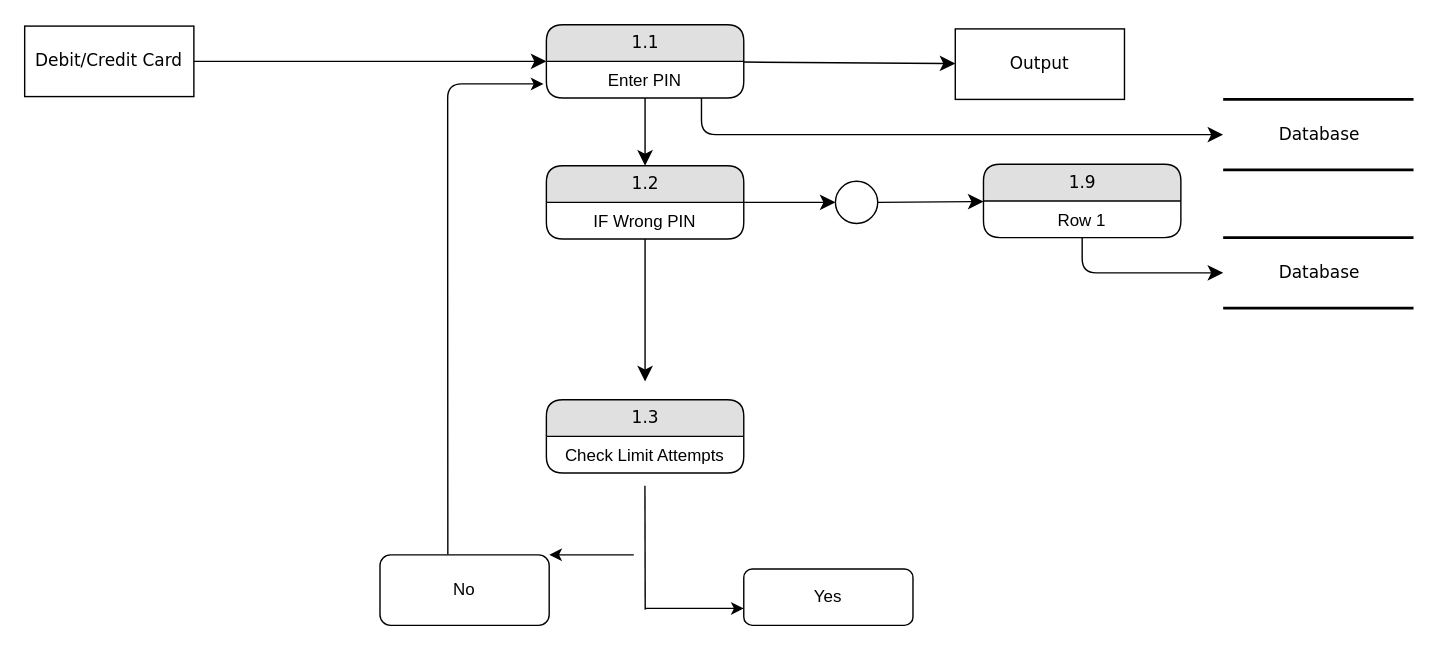
Before: ATM System.drawio in Aron10276/Repo5-ATM, a draw.io diagram. Source tidied: cells renumbered, new cells numbered last; positions are measured from the earlier drawing's top-left corner, leaving out a move shared by most shapes. Both pictures are drawn from the tidied source at 141%, with x=0, y=0 at pixel (24, 24).
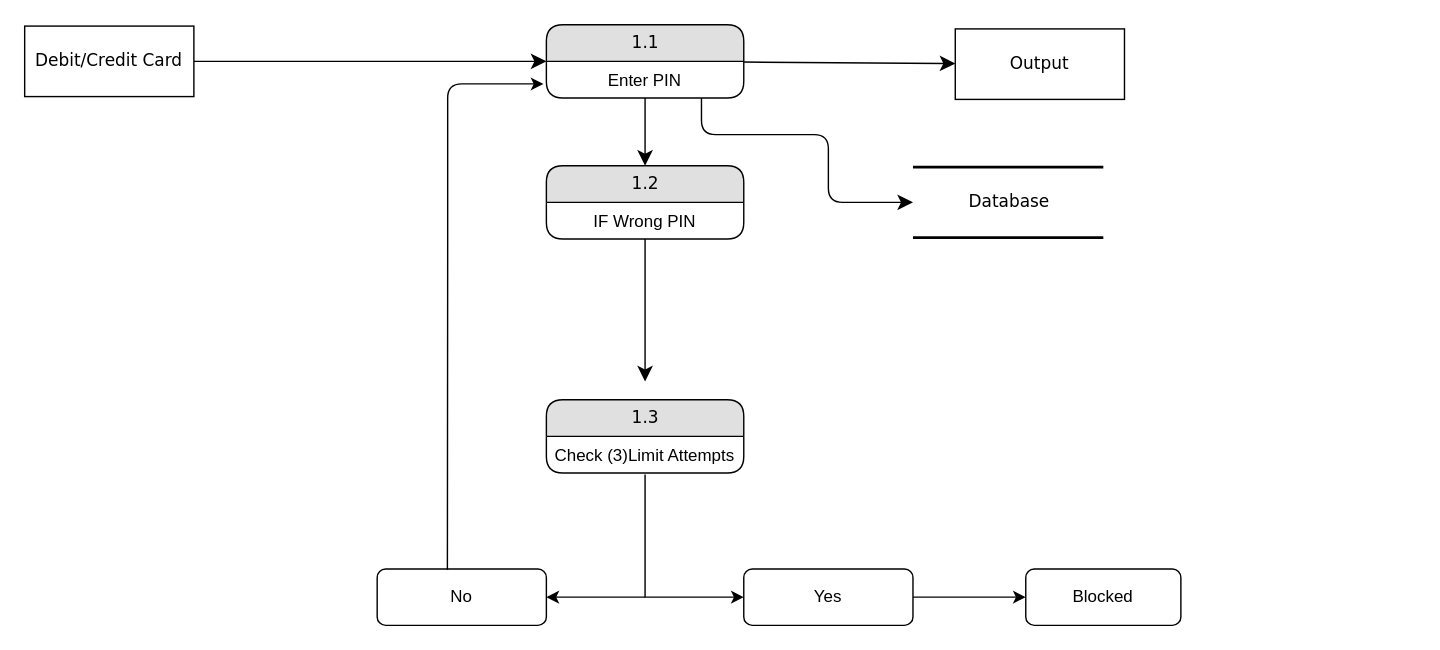
Above is the later version.

Unchanged cells that the change refers to:
```xml
<mxCell id="10" value="1.1" style="swimlane;html=1;fontStyle=0;horizontal=1;startSize=26;fillColor=#e0e0e0;swimlaneFillColor=#ffffff;align=center;rounded=1;shadow=0;comic=0;labelBackgroundColor=none;strokeWidth=1;fontFamily=Verdana;fontSize=12;" parent="1" vertex="1">
  <mxGeometry x="370" width="140" height="52" as="geometry" />
</mxCell>
<mxCell id="14" value="1.2" style="swimlane;html=1;fontStyle=0;horizontal=1;startSize=26;fillColor=#e0e0e0;swimlaneFillColor=#ffffff;align=center;rounded=1;shadow=0;comic=0;labelBackgroundColor=none;strokeWidth=1;fontFamily=Verdana;fontSize=12;" parent="1" vertex="1">
  <mxGeometry x="370" y="100" width="140" height="52" as="geometry" />
</mxCell>
<mxCell id="21" value="1.3" style="swimlane;html=1;fontStyle=0;horizontal=1;startSize=26;fillColor=#e0e0e0;swimlaneFillColor=#ffffff;align=center;rounded=1;shadow=0;comic=0;labelBackgroundColor=none;strokeWidth=1;fontFamily=Verdana;fontSize=12;" parent="1" vertex="1">
  <mxGeometry x="370" y="266" width="140" height="52" as="geometry" />
</mxCell>
<mxCell id="24" value="Yes" style="rounded=1;whiteSpace=wrap;html=1;" parent="1" vertex="1">
  <mxGeometry x="510" y="386" width="120" height="40" as="geometry" />
</mxCell>
```

What changed in the source:
```diff
@@
     <mxCell id="2" value="Database" style="html=1;rounded=0;shadow=0;comic=0;labelBackgroundColor=none;strokeWidth=2;fontFamily=Verdana;fontSize=12;align=center;shape=mxgraph.ios7ui.horLines;" parent="1" vertex="1">
-      <mxGeometry x="850" y="53" width="135" height="50" as="geometry" />
+      <mxGeometry x="630" y="101" width="135" height="50" as="geometry" />
     </mxCell>
-    <mxCell id="3" value="Database" style="html=1;rounded=0;shadow=0;comic=0;labelBackgroundColor=none;strokeWidth=2;fontFamily=Verdana;fontSize=12;align=center;shape=mxgraph.ios7ui.horLines;" parent="1" vertex="1">
-      <mxGeometry x="850" y="151" width="135" height="50" as="geometry" />
-    </mxCell>
@@
-    <mxCell id="9" style="edgeStyle=orthogonalEdgeStyle;html=1;labelBackgroundColor=none;startFill=0;startSize=8;endFill=1;endSize=8;fontFamily=Verdana;fontSize=12;" parent="1" edge="1" source="10" target="2">
+    <mxCell id="9" style="edgeStyle=orthogonalEdgeStyle;html=1;labelBackgroundColor=none;startFill=0;startSize=8;endFill=1;endSize=8;fontFamily=Verdana;fontSize=12;entryX=0;entryY=0.5;entryDx=0;entryDy=0;entryPerimeter=0;" parent="1" edge="1" source="10" target="2">
       <mxGeometry relative="1" as="geometry">
         <Array as="points">
           <mxPoint x="480" y="78" />
+          <mxPoint x="570" y="78" />
+          <mxPoint x="570" y="126" />
         </Array>
       </mxGeometry>
     </mxCell>
@@
-    <mxCell id="12" style="edgeStyle=none;html=1;labelBackgroundColor=none;startFill=0;startSize=8;endFill=1;endSize=8;fontFamily=Verdana;fontSize=12;" parent="1" edge="1" source="14" target="20">
-      <mxGeometry relative="1" as="geometry" />
-    </mxCell>
@@
-    <mxCell id="16" style="edgeStyle=orthogonalEdgeStyle;html=1;labelBackgroundColor=none;startFill=0;startSize=8;endFill=1;endSize=8;fontFamily=Verdana;fontSize=12;" parent="1" edge="1" source="17" target="3">
-      <mxGeometry relative="1" as="geometry">
-        <Array as="points">
-          <mxPoint x="750" y="176" />
-        </Array>
-      </mxGeometry>
-    </mxCell>
-    <mxCell id="17" value="1.9" style="swimlane;html=1;fontStyle=0;horizontal=1;startSize=26;fillColor=#e0e0e0;swimlaneFillColor=#ffffff;align=center;rounded=1;shadow=0;comic=0;labelBackgroundColor=none;strokeWidth=1;fontFamily=Verdana;fontSize=12;" parent="1" vertex="1">
-      <mxGeometry x="680" y="99" width="140" height="52" as="geometry" />
-    </mxCell>
-    <mxCell id="18" value="Row 1" style="text;html=1;strokeColor=none;fillColor=none;spacingLeft=4;spacingRight=4;whiteSpace=wrap;overflow=hidden;align=center;" parent="17" vertex="1">
-      <mxGeometry y="26" width="140" height="26" as="geometry" />
-    </mxCell>
-    <mxCell id="19" style="edgeStyle=none;html=1;labelBackgroundColor=none;startFill=0;startSize=8;endFill=1;endSize=8;fontFamily=Verdana;fontSize=12;" parent="1" edge="1" source="20" target="17">
-      <mxGeometry relative="1" as="geometry" />
-    </mxCell>
-    <mxCell id="20" style="ellipse;whiteSpace=wrap;html=1;rounded=1;shadow=0;comic=0;labelBackgroundColor=none;strokeWidth=1;fontFamily=Verdana;fontSize=12;align=center;" parent="1" vertex="1">
-      <mxGeometry x="575" y="111" width="30" height="30" as="geometry" />
-    </mxCell>
@@
-    <mxCell id="22" value="Check Limit Attempts" style="text;html=1;strokeColor=none;fillColor=none;spacingLeft=4;spacingRight=4;whiteSpace=wrap;overflow=hidden;points=[[0,0.5],[1,0.5]];portConstraint=eastwest;align=center;" parent="21" vertex="1">
+    <mxCell id="22" value="Check (3)Limit Attempts&lt;div&gt;&lt;br&gt;&lt;/div&gt;" style="text;html=1;strokeColor=none;fillColor=none;spacingLeft=4;spacingRight=4;whiteSpace=wrap;overflow=hidden;points=[[0,0.5],[1,0.5]];portConstraint=eastwest;align=center;" parent="21" vertex="1">
       <mxGeometry y="26" width="140" height="26" as="geometry" />
     </mxCell>
     <mxCell id="23" value="No" style="rounded=1;whiteSpace=wrap;html=1;" parent="1" vertex="1">
-      <mxGeometry x="252" y="376" width="120" height="50" as="geometry" />
+      <mxGeometry x="250" y="386" width="120" height="40" as="geometry" />
     </mxCell>
@@
-    <mxCell id="25" style="endArrow=classic;html=1;rounded=1;curved=0;exitX=0.401;exitY=-0.003;exitDx=0;exitDy=0;exitPerimeter=0;" parent="1" edge="1" source="23">
+    <mxCell id="25" style="endArrow=classic;html=1;rounded=1;curved=0;exitX=0.415;exitY=0.014;exitDx=0;exitDy=0;exitPerimeter=0;" parent="1" edge="1" source="23">
       <mxGeometry relative="1" as="geometry">
         <mxPoint x="368" y="42" as="targetPoint" />
         <Array as="points">
           <mxPoint x="300" y="166" />
           <mxPoint x="300" y="42" />
         </Array>
       </mxGeometry>
     </mxCell>
-    <mxCell id="26" style="endArrow=none;html=1;rounded=0;" parent="1" edge="1">
-      <mxGeometry relative="1" as="geometry">
-        <mxPoint x="440.1" y="415" as="sourcePoint" />
-        <mxPoint x="439.9" y="327" as="targetPoint" />
-      </mxGeometry>
-    </mxCell>
-    <mxCell id="27" style="endArrow=classic;html=1;rounded=0;" parent="1" edge="1">
+    <mxCell id="27" style="endArrow=classic;html=1;rounded=0;entryX=1;entryY=0.5;entryDx=0;entryDy=0;" parent="1" edge="1" target="23">
       <mxGeometry relative="1" as="geometry">
-        <mxPoint x="432" y="376" as="sourcePoint" />
-        <mxPoint x="372" y="376" as="targetPoint" />
+        <mxPoint x="440" y="406" as="sourcePoint" />
       </mxGeometry>
     </mxCell>
-    <mxCell id="28" style="endArrow=classic;html=1;rounded=0;" parent="1" edge="1">
+    <mxCell id="28" style="endArrow=classic;html=1;rounded=0;exitX=0.5;exitY=1.038;exitDx=0;exitDy=0;exitPerimeter=0;entryX=0;entryY=0.5;entryDx=0;entryDy=0;" parent="1" edge="1" source="22" target="24">
       <mxGeometry relative="1" as="geometry">
-        <mxPoint x="440" y="414" as="sourcePoint" />
-        <mxPoint x="510" y="414" as="targetPoint" />
+        <Array as="points">
+          <mxPoint x="440" y="406" />
+        </Array>
       </mxGeometry>
     </mxCell>
+    <mxCell id="29" style="endArrow=classic;html=1;rounded=0;exitX=1;exitY=0.5;exitDx=0;exitDy=0;entryX=0;entryY=0.5;entryDx=0;entryDy=0;" parent="1" edge="1" source="24" target="30">
+      <mxGeometry relative="1" as="geometry" />
+    </mxCell>
+    <mxCell id="30" value="Blocked" style="rounded=1;whiteSpace=wrap;html=1;" parent="1" vertex="1">
+      <mxGeometry x="710" y="386" width="110" height="40" as="geometry" />
+    </mxCell>
```
